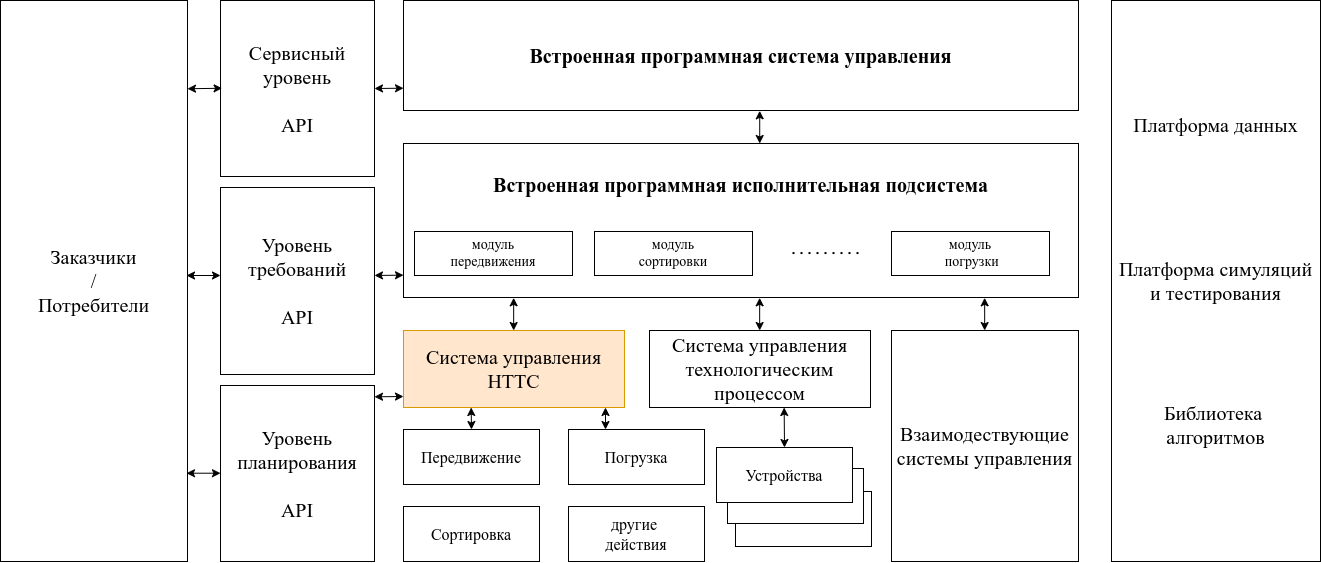
This is Dissertation/images/drawio/rms.drawio.png from dreddsa5dies/phd, a draw.io export, as it was before one commit. Source tidied: cells renumbered, new cells last; positions are measured from the earlier drawing's top-left corner, leaving out a move shared by most shapes.
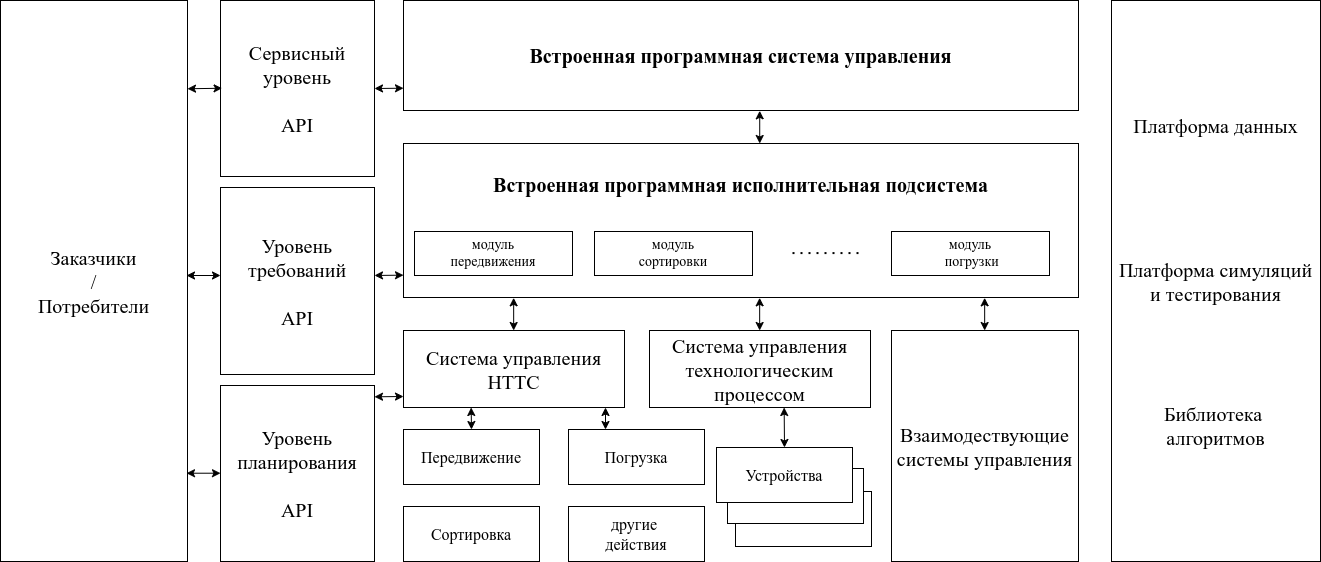
After the change.

Change to the diagram source:
```diff
@@ -11,7 +11,7 @@
     <mxCell id="4" value="Встроенная программная исполнительная подсистема&lt;div&gt;&lt;br&gt;&lt;/div&gt;&lt;div&gt;&lt;br&gt;&lt;/div&gt;&lt;div&gt;&lt;br&gt;&lt;/div&gt;" style="rounded=0;whiteSpace=wrap;html=1;fontSize=20;fontStyle=1;fontFamily=Times New Roman;" parent="1" vertex="1">
       <mxGeometry x="403" y="143" width="675" height="154" as="geometry" />
     </mxCell>
-    <mxCell id="5" value="Система управления&lt;br&gt;НТТС" style="rounded=0;whiteSpace=wrap;html=1;fontSize=20;fontFamily=Times New Roman;labelBackgroundColor=none;fillColor=#ffe6cc;strokeColor=#d79b00;" parent="1" vertex="1">
+    <mxCell id="5" value="Система управления&lt;br&gt;НТТС" style="rounded=0;whiteSpace=wrap;html=1;fontSize=20;fontFamily=Times New Roman;labelBackgroundColor=none;" parent="1" vertex="1">
       <mxGeometry x="403" y="330" width="221" height="77" as="geometry" />
     </mxCell>
     <mxCell id="6" value="Система управления технологическим процессом" style="rounded=0;whiteSpace=wrap;html=1;fontSize=20;fontFamily=Times New Roman;" parent="1" vertex="1">
```
